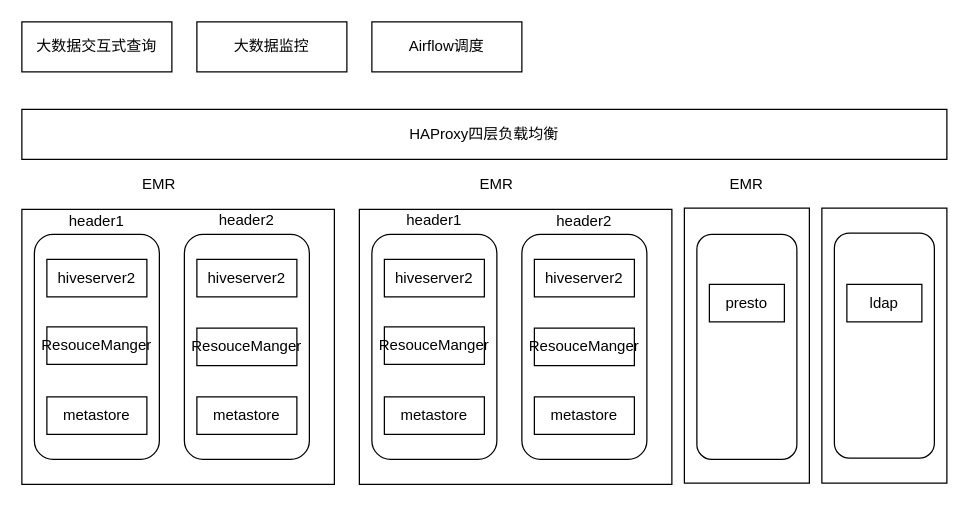
This is haproxy.drawio from jimmycheng603/findmaven, a draw.io file, before an edit. Source tidied: cells renumbered, new cells numbered last; positions are measured from the earlier drawing's top-left corner, leaving out a move shared by most shapes. Both pictures are drawn from the tidied source at 125%, with x=0, y=0 at pixel (21, 21).
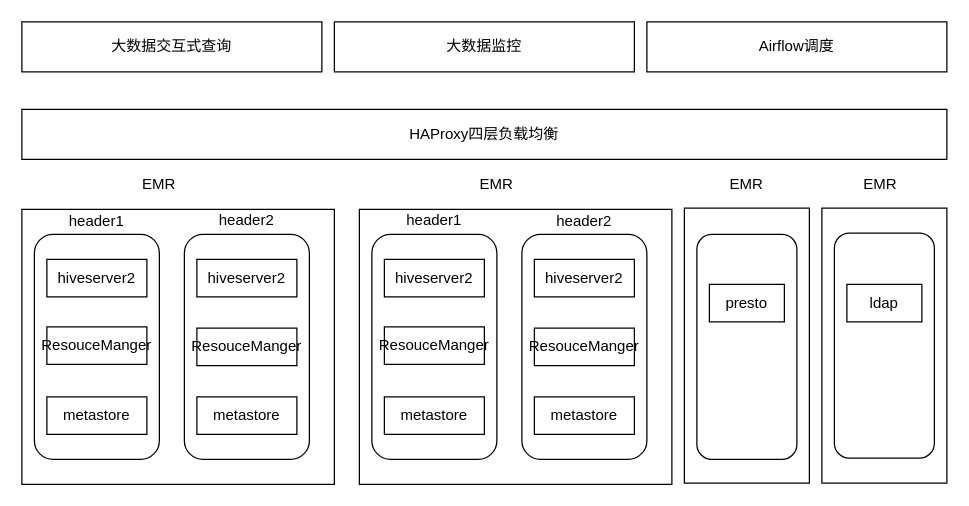
After the change.

What changed in the source:
```diff
@@
     <mxCell id="23" value="大数据交互式查询" style="rounded=0;whiteSpace=wrap;html=1;" parent="1" vertex="1">
-      <mxGeometry width="120" height="40" as="geometry" />
+      <mxGeometry width="240" height="40" as="geometry" />
     </mxCell>
     <mxCell id="24" value="大数据监控" style="rounded=0;whiteSpace=wrap;html=1;" parent="1" vertex="1">
-      <mxGeometry x="140" width="120" height="40" as="geometry" />
+      <mxGeometry x="250" width="240" height="40" as="geometry" />
     </mxCell>
     <mxCell id="25" value="Airflow调度" style="rounded=0;whiteSpace=wrap;html=1;" parent="1" vertex="1">
-      <mxGeometry x="280" width="120" height="40" as="geometry" />
+      <mxGeometry x="500" width="240" height="40" as="geometry" />
     </mxCell>
@@
+    <mxCell id="37" value="EMR" style="text;html=1;strokeColor=none;fillColor=none;align=center;verticalAlign=middle;whiteSpace=wrap;rounded=0;" parent="1" vertex="1">
+      <mxGeometry x="667" y="120" width="40" height="20" as="geometry" />
+    </mxCell>
```
